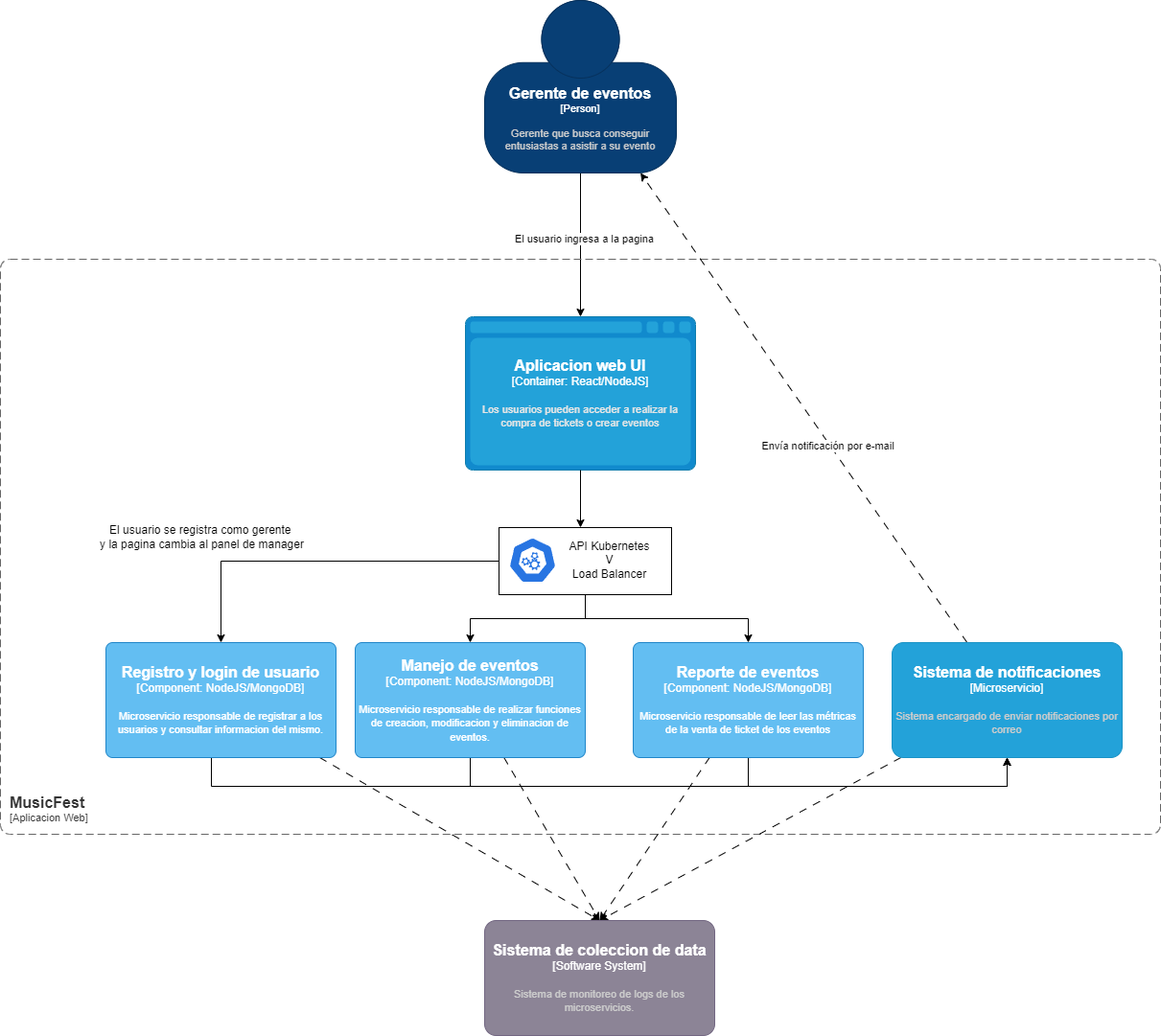
Before: s01-Grupo3-MusicFest/Proyecto/Imagenes/Arquitectura-Diagrama de componente - Panel de managers.drawio.png, a diagram exported from draw.io (ulima-arqui241/grupo03). Source tidied: cells renumbered, new cells last; positions are measured from the earlier drawing's top-left corner, leaving out a move shared by most shapes. The source it was exported from:
```xml
<mxGraphModel>
  <root>
    <mxCell id="0" />
    <mxCell id="1" parent="0" />
    <mxCell id="2" style="edgeStyle=orthogonalEdgeStyle;rounded=0;jettySize=auto;html=1;" parent="1" edge="1" source="4" target="6">
      <mxGeometry relative="1" as="geometry" />
    </mxCell>
    <mxCell id="3" value="El usuario ingresa a la pagina" style="edgeLabel;html=1;align=center;verticalAlign=middle;" parent="2" vertex="1">
      <mxGeometry x="-0.09" y="3" relative="1" as="geometry" />
    </mxCell>
    <object id="4" label="&lt;font style=&quot;font-size: 16px&quot;&gt;&lt;b&gt;%c4Name%&lt;/b&gt;&lt;/font&gt;&lt;div&gt;[%c4Type%]&lt;/div&gt;&lt;br&gt;&lt;div&gt;&lt;font style=&quot;font-size: 11px&quot;&gt;&lt;font color=&quot;#cccccc&quot;&gt;%c4Description%&lt;/font&gt;&lt;/div&gt;" c4Description="Gerente que busca conseguir entusiastas a asistir a su evento" c4Name="Gerente de eventos" c4Type="Person" placeholders="1">
      <mxCell style="html=1;fontSize=11;dashed=0;whiteSpace=wrap;fillColor=#083F75;strokeColor=#06315C;fontColor=#ffffff;shape=mxgraph.c4.person2;align=center;points=[[0.5,0,0],[1,0.5,0],[1,0.75,0],[0.75,1,0],[0.5,1,0],[0.25,1,0],[0,0.75,0],[0,0.5,0]];" parent="1" vertex="1">
        <mxGeometry x="505" width="200" height="180" as="geometry" />
      </mxCell>
    </object>
    <object id="5" label="&lt;font style=&quot;font-size: 16px&quot;&gt;&lt;b&gt;&lt;div style=&quot;text-align: left&quot;&gt;%c4Name%&lt;/div&gt;&lt;/b&gt;&lt;/font&gt;&lt;div style=&quot;text-align: left&quot;&gt;[%c4Application%]&lt;/div&gt;" c4Application="Aplicacion Web" c4Name="MusicFest" c4Type="SystemScopeBoundary" placeholders="1">
      <mxCell style="rounded=1;fontSize=11;whiteSpace=wrap;html=1;dashed=1;arcSize=20;fillColor=none;strokeColor=#666666;fontColor=#333333;labelBackgroundColor=none;align=left;verticalAlign=bottom;labelBorderColor=none;spacingTop=0;spacing=10;dashPattern=8 4;perimeter=rectanglePerimeter;noLabel=0;labelPadding=0;absoluteArcSize=1;" parent="1" vertex="1">
        <mxGeometry y="270" width="1210" height="600" as="geometry" />
      </mxCell>
    </object>
    <object id="6" label="&lt;font style=&quot;font-size: 16px&quot;&gt;&lt;b&gt;%c4Name%&lt;/b&gt;&lt;/font&gt;&lt;div&gt;[%c4Type%:&amp;nbsp;%c4Technology%]&lt;/div&gt;&lt;br&gt;&lt;div&gt;&lt;font style=&quot;font-size: 11px&quot;&gt;&lt;font color=&quot;#E6E6E6&quot;&gt;%c4Description%&lt;/font&gt;&lt;/div&gt;" c4Description="Los usuarios pueden acceder a realizar la compra de tickets o crear eventos" c4Name="Aplicacion web UI" c4Technology="React/NodeJS" c4Type="Container" placeholders="1">
      <mxCell style="shape=mxgraph.c4.webBrowserContainer2;whiteSpace=wrap;html=1;boundedLbl=1;rounded=0;labelBackgroundColor=none;strokeColor=#118ACD;fillColor=#23A2D9;strokeColor=#118ACD;strokeColor2=#0E7DAD;fontSize=12;fontColor=#ffffff;align=center;points=[[0.5,0,0],[1,0.25,0],[1,0.5,0],[1,0.75,0],[0.5,1,0],[0,0.75,0],[0,0.5,0],[0,0.25,0]];" parent="1" vertex="1">
        <mxGeometry x="485" y="330" width="240" height="160" as="geometry" />
      </mxCell>
    </object>
    <mxCell id="7" style="group;" parent="1" vertex="1">
      <mxGeometry x="530" y="560" width="190" height="70" as="geometry" />
    </mxCell>
    <mxCell id="8" style="rounded=0;whiteSpace=wrap;html=1;" parent="7" vertex="1">
      <mxGeometry x="-10" y="-10" width="180" height="70" as="geometry" />
    </mxCell>
    <mxCell id="9" style="sketch=0;html=1;dashed=0;whitespace=wrap;fillColor=#2875E2;strokeColor=#ffffff;shape=mxgraph.kubernetes.icon2;prIcon=api;" parent="7" vertex="1">
      <mxGeometry width="50" height="48" as="geometry" />
    </mxCell>
    <mxCell id="10" value="API Kubernetes&lt;div&gt;V&lt;br&gt;&lt;div&gt;Load Balancer&lt;/div&gt;&lt;/div&gt;" style="text;html=1;align=center;verticalAlign=middle;strokeColor=none;fillColor=none;" parent="7" vertex="1">
      <mxGeometry x="50" y="-6" width="110" height="60" as="geometry" />
    </mxCell>
    <mxCell id="11" style="rounded=0;jettySize=auto;html=1;edgeStyle=orthogonalEdgeStyle;" parent="1" edge="1" source="6" target="8">
      <mxGeometry relative="1" as="geometry">
        <Array as="points">
          <mxPoint x="605" y="560" />
          <mxPoint x="605" y="560" />
        </Array>
      </mxGeometry>
    </mxCell>
    <mxCell id="12" style="rounded=0;jettySize=auto;html=1;dashed=1;dashPattern=8 8;entryX=0.5;entryY=0;entryDx=0;entryDy=0;entryPerimeter=0;" parent="1" edge="1" source="29" target="27">
      <mxGeometry relative="1" as="geometry" />
    </mxCell>
    <mxCell id="13" style="edgeStyle=orthogonalEdgeStyle;rounded=0;jettySize=auto;html=1;" parent="1" edge="1" source="29" target="26">
      <mxGeometry relative="1" as="geometry">
        <Array as="points">
          <mxPoint x="220" y="820" />
          <mxPoint x="1050" y="820" />
        </Array>
      </mxGeometry>
    </mxCell>
    <mxCell id="14" style="edgeStyle=orthogonalEdgeStyle;rounded=0;jettySize=auto;html=1;" parent="1" edge="1" source="8" target="29">
      <mxGeometry relative="1" as="geometry" />
    </mxCell>
    <mxCell id="15" style="rounded=0;jettySize=auto;html=1;dashed=1;dashPattern=8 8;entryX=0.5;entryY=0;entryDx=0;entryDy=0;entryPerimeter=0;" parent="1" edge="1" source="17" target="27">
      <mxGeometry relative="1" as="geometry" />
    </mxCell>
    <mxCell id="16" style="edgeStyle=orthogonalEdgeStyle;rounded=0;jettySize=auto;html=1;" parent="1" edge="1" source="17" target="26">
      <mxGeometry relative="1" as="geometry">
        <Array as="points">
          <mxPoint x="490" y="820" />
          <mxPoint x="1050" y="820" />
        </Array>
      </mxGeometry>
    </mxCell>
    <object id="17" label="&lt;font style=&quot;font-size: 16px&quot;&gt;&lt;b&gt;%c4Name%&lt;/b&gt;&lt;/font&gt;&lt;div&gt;[%c4Type%: %c4Technology%]&lt;/div&gt;&lt;br&gt;&lt;div&gt;&lt;font style=&quot;font-size: 11px&quot;&gt;%c4Description%&lt;/font&gt;&lt;/div&gt;" c4Description="Microservicio responsable de realizar funciones de creacion, modificacion y eliminacion de eventos." c4Name="Manejo de eventos" c4Technology="NodeJS/MongoDB" c4Type="Component" placeholders="1">
      <mxCell style="rounded=1;whiteSpace=wrap;html=1;labelBackgroundColor=none;fillColor=#63BEF2;fontColor=#ffffff;align=center;arcSize=6;strokeColor=#2086C9;points=[[0.25,0,0],[0.5,0,0],[0.75,0,0],[1,0.25,0],[1,0.5,0],[1,0.75,0],[0.75,1,0],[0.5,1,0],[0.25,1,0],[0,0.75,0],[0,0.5,0],[0,0.25,0]];" parent="1" vertex="1">
        <mxGeometry x="370" y="670" width="240" height="120" as="geometry" />
      </mxCell>
    </object>
    <mxCell id="18" style="edgeStyle=orthogonalEdgeStyle;rounded=0;jettySize=auto;html=1;" parent="1" edge="1" source="8" target="17">
      <mxGeometry relative="1" as="geometry" />
    </mxCell>
    <mxCell id="19" style="rounded=0;jettySize=auto;html=1;dashed=1;dashPattern=8 8;entryX=0.5;entryY=0;entryDx=0;entryDy=0;entryPerimeter=0;" parent="1" edge="1" source="21" target="27">
      <mxGeometry relative="1" as="geometry" />
    </mxCell>
    <mxCell id="20" style="edgeStyle=orthogonalEdgeStyle;rounded=0;jettySize=auto;html=1;" parent="1" edge="1" source="21" target="26">
      <mxGeometry relative="1" as="geometry">
        <Array as="points">
          <mxPoint x="780" y="820" />
          <mxPoint x="1050" y="820" />
        </Array>
      </mxGeometry>
    </mxCell>
    <object id="21" label="&lt;font style=&quot;font-size: 16px&quot;&gt;&lt;b&gt;%c4Name%&lt;/b&gt;&lt;/font&gt;&lt;div&gt;[%c4Type%: %c4Technology%]&lt;/div&gt;&lt;br&gt;&lt;div&gt;&lt;font style=&quot;font-size: 11px&quot;&gt;%c4Description%&lt;/font&gt;&lt;/div&gt;" c4Description="Microservicio responsable de leer las métricas de la venta de ticket de los eventos" c4Name="Reporte de eventos" c4Technology="NodeJS/MongoDB" c4Type="Component" placeholders="1">
      <mxCell style="rounded=1;whiteSpace=wrap;html=1;labelBackgroundColor=none;fillColor=#63BEF2;fontColor=#ffffff;align=center;arcSize=6;strokeColor=#2086C9;points=[[0.25,0,0],[0.5,0,0],[0.75,0,0],[1,0.25,0],[1,0.5,0],[1,0.75,0],[0.75,1,0],[0.5,1,0],[0.25,1,0],[0,0.75,0],[0,0.5,0],[0,0.25,0]];" parent="1" vertex="1">
        <mxGeometry x="660" y="670" width="240" height="120" as="geometry" />
      </mxCell>
    </object>
    <mxCell id="22" style="edgeStyle=orthogonalEdgeStyle;rounded=0;jettySize=auto;html=1;" parent="1" edge="1" source="8" target="21">
      <mxGeometry relative="1" as="geometry" />
    </mxCell>
    <mxCell id="23" style="rounded=0;jettySize=auto;html=1;dashed=1;dashPattern=8 8;" parent="1" edge="1" source="26" target="4">
      <mxGeometry relative="1" as="geometry" />
    </mxCell>
    <mxCell id="24" value="Envía notificación por e-mail" style="edgeLabel;html=1;align=center;verticalAlign=middle;" parent="23" vertex="1">
      <mxGeometry x="-0.16" y="2" relative="1" as="geometry" />
    </mxCell>
    <mxCell id="25" style="rounded=0;jettySize=auto;html=1;dashed=1;dashPattern=8 8;entryX=0.5;entryY=0;entryDx=0;entryDy=0;entryPerimeter=0;" parent="1" edge="1" source="26" target="27">
      <mxGeometry relative="1" as="geometry" />
    </mxCell>
    <object id="26" label="&lt;font style=&quot;font-size: 16px&quot;&gt;&lt;b&gt;%c4Name%&lt;/b&gt;&lt;/font&gt;&lt;div&gt;[%c4Type%]&lt;/div&gt;&lt;br&gt;&lt;div&gt;&lt;font style=&quot;font-size: 11px&quot;&gt;&lt;font color=&quot;#cccccc&quot;&gt;%c4Description%&lt;/font&gt;&lt;/div&gt;" c4Description="Sistema encargado de enviar notificaciones por correo" c4Name="Sistema de notificaciones" c4Type="Microservicio" placeholders="1">
      <mxCell style="rounded=1;whiteSpace=wrap;html=1;labelBackgroundColor=none;fillColor=#23a2d9;fontColor=#ffffff;align=center;arcSize=10;strokeColor=#1a93c6;points=[[0.25,0,0],[0.5,0,0],[0.75,0,0],[1,0.25,0],[1,0.5,0],[1,0.75,0],[0.75,1,0],[0.5,1,0],[0.25,1,0],[0,0.75,0],[0,0.5,0],[0,0.25,0]];" parent="1" vertex="1">
        <mxGeometry x="930" y="670" width="240" height="120" as="geometry" />
      </mxCell>
    </object>
    <object id="27" label="&lt;font style=&quot;font-size: 16px&quot;&gt;&lt;b&gt;%c4Name%&lt;/b&gt;&lt;/font&gt;&lt;div&gt;[%c4Type%]&lt;/div&gt;&lt;br&gt;&lt;div&gt;&lt;font style=&quot;font-size: 11px&quot;&gt;&lt;font color=&quot;#cccccc&quot;&gt;%c4Description%&lt;/font&gt;&lt;/div&gt;" c4Description="Sistema de monitoreo de logs de los microservicios." c4Name="Sistema de coleccion de data" c4Type="Software System" placeholders="1">
      <mxCell style="rounded=1;whiteSpace=wrap;html=1;labelBackgroundColor=none;fillColor=#8C8496;fontColor=#ffffff;align=center;arcSize=10;strokeColor=#736782;points=[[0.25,0,0],[0.5,0,0],[0.75,0,0],[1,0.25,0],[1,0.5,0],[1,0.75,0],[0.75,1,0],[0.5,1,0],[0.25,1,0],[0,0.75,0],[0,0.5,0],[0,0.25,0]];" parent="1" vertex="1">
        <mxGeometry x="505" y="960" width="240" height="120" as="geometry" />
      </mxCell>
    </object>
    <mxCell id="28" value="El usuario se registra como gerente&amp;nbsp;&lt;div&gt;y la pagina cambia al panel de manager&lt;/div&gt;" style="text;html=1;align=center;verticalAlign=middle;strokeColor=none;fillColor=none;" parent="1" vertex="1">
      <mxGeometry x="90" y="540" width="240" height="40" as="geometry" />
    </mxCell>
    <object id="29" label="&lt;font style=&quot;font-size: 16px&quot;&gt;&lt;b&gt;%c4Name%&lt;/b&gt;&lt;/font&gt;&lt;div&gt;[%c4Type%: %c4Technology%]&lt;/div&gt;&lt;br&gt;&lt;div&gt;&lt;font style=&quot;font-size: 11px&quot;&gt;%c4Description%&lt;/font&gt;&lt;/div&gt;" c4Description="Microservicio responsable de registrar a los usuarios y consultar informacion del mismo." c4Name="Registro y login de usuario" c4Technology="NodeJS/MongoDB" c4Type="Component" placeholders="1">
      <mxCell style="rounded=1;whiteSpace=wrap;html=1;labelBackgroundColor=none;fillColor=#63BEF2;fontColor=#ffffff;align=center;arcSize=6;strokeColor=#2086C9;points=[[0.25,0,0],[0.5,0,0],[0.75,0,0],[1,0.25,0],[1,0.5,0],[1,0.75,0],[0.75,1,0],[0.5,1,0],[0.25,1,0],[0,0.75,0],[0,0.5,0],[0,0.25,0]];" parent="1" vertex="1">
        <mxGeometry x="110" y="670" width="240" height="120" as="geometry" />
      </mxCell>
    </object>
  </root>
</mxGraphModel>
```
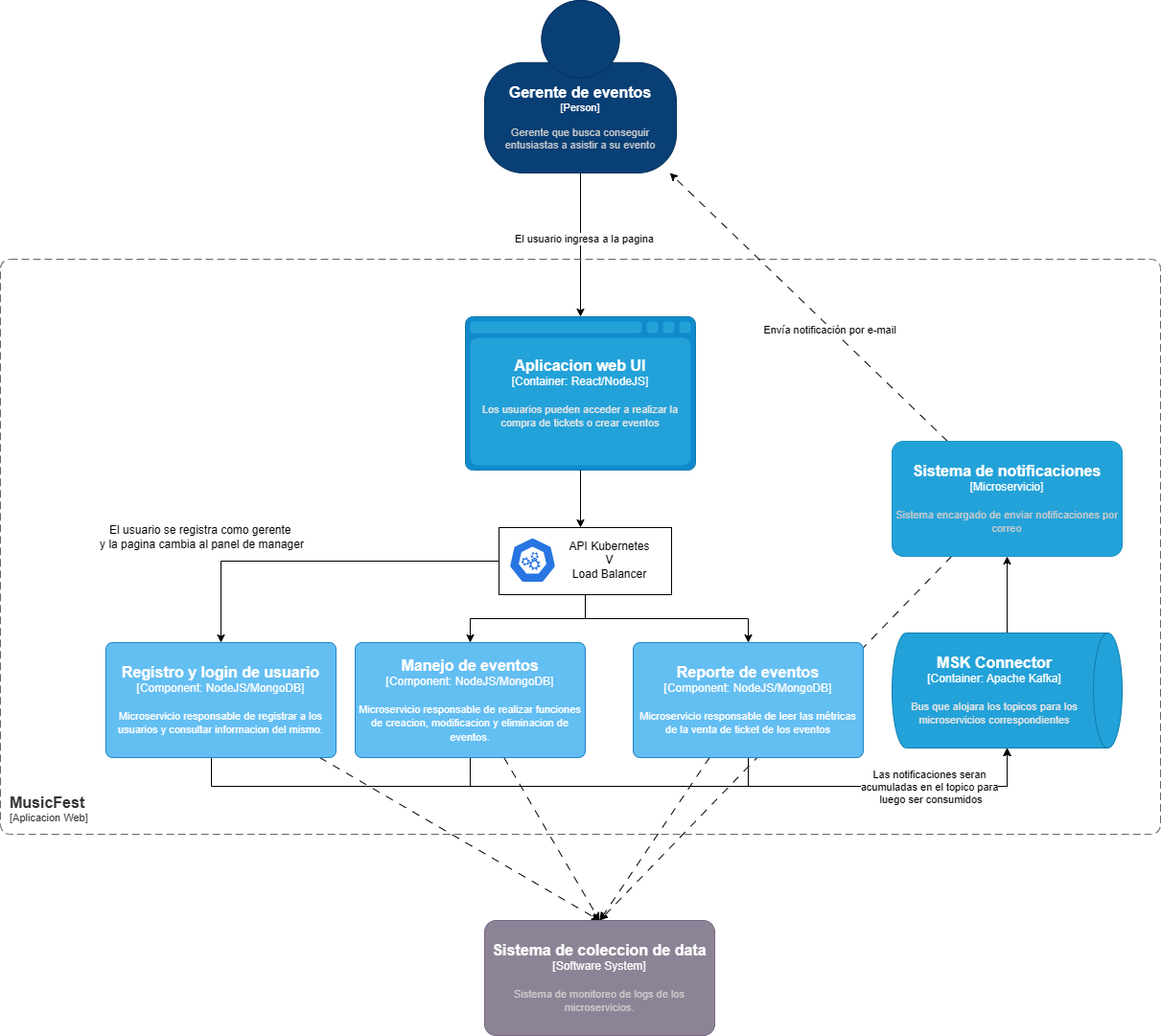
After the change.

Commit message:
Separacion de documentos y explicacion de la arquitectura.

Change to the diagram source:
```diff
@@ -2,6 +2,9 @@
   <root>
     <mxCell id="0" />
     <mxCell id="1" parent="0" />
+    <mxCell id="25" style="rounded=0;jettySize=auto;html=1;dashed=1;dashPattern=8 8;entryX=0.5;entryY=0;entryDx=0;entryDy=0;entryPerimeter=0;" parent="1" edge="1" source="26" target="27">
+      <mxGeometry relative="1" as="geometry" />
+    </mxCell>
     <mxCell id="2" style="edgeStyle=orthogonalEdgeStyle;rounded=0;jettySize=auto;html=1;" parent="1" edge="1" source="4" target="6">
       <mxGeometry relative="1" as="geometry" />
     </mxCell>
@@ -46,11 +49,12 @@
     <mxCell id="12" style="rounded=0;jettySize=auto;html=1;dashed=1;dashPattern=8 8;entryX=0.5;entryY=0;entryDx=0;entryDy=0;entryPerimeter=0;" parent="1" edge="1" source="29" target="27">
       <mxGeometry relative="1" as="geometry" />
     </mxCell>
-    <mxCell id="13" style="edgeStyle=orthogonalEdgeStyle;rounded=0;jettySize=auto;html=1;" parent="1" edge="1" source="29" target="26">
+    <mxCell id="13" style="edgeStyle=orthogonalEdgeStyle;rounded=0;jettySize=auto;html=1;" parent="1" edge="1" source="29" target="32">
       <mxGeometry relative="1" as="geometry">
         <Array as="points">
           <mxPoint x="220" y="820" />
           <mxPoint x="1050" y="820" />
+          <mxPoint x="1050" y="700" />
         </Array>
       </mxGeometry>
     </mxCell>
@@ -60,11 +64,12 @@
     <mxCell id="15" style="rounded=0;jettySize=auto;html=1;dashed=1;dashPattern=8 8;entryX=0.5;entryY=0;entryDx=0;entryDy=0;entryPerimeter=0;" parent="1" edge="1" source="17" target="27">
       <mxGeometry relative="1" as="geometry" />
     </mxCell>
-    <mxCell id="16" style="edgeStyle=orthogonalEdgeStyle;rounded=0;jettySize=auto;html=1;" parent="1" edge="1" source="17" target="26">
+    <mxCell id="16" style="edgeStyle=orthogonalEdgeStyle;rounded=0;jettySize=auto;html=1;" parent="1" edge="1" source="17" target="32">
       <mxGeometry relative="1" as="geometry">
         <Array as="points">
           <mxPoint x="490" y="820" />
           <mxPoint x="1050" y="820" />
+          <mxPoint x="1050" y="700" />
         </Array>
       </mxGeometry>
     </mxCell>
@@ -79,14 +84,18 @@
     <mxCell id="19" style="rounded=0;jettySize=auto;html=1;dashed=1;dashPattern=8 8;entryX=0.5;entryY=0;entryDx=0;entryDy=0;entryPerimeter=0;" parent="1" edge="1" source="21" target="27">
       <mxGeometry relative="1" as="geometry" />
     </mxCell>
-    <mxCell id="20" style="edgeStyle=orthogonalEdgeStyle;rounded=0;jettySize=auto;html=1;" parent="1" edge="1" source="21" target="26">
+    <mxCell id="20" style="edgeStyle=orthogonalEdgeStyle;rounded=0;jettySize=auto;html=1;" parent="1" edge="1" source="21" target="32">
       <mxGeometry relative="1" as="geometry">
         <Array as="points">
           <mxPoint x="780" y="820" />
           <mxPoint x="1050" y="820" />
+          <mxPoint x="1050" y="710" />
         </Array>
       </mxGeometry>
     </mxCell>
+    <mxCell id="30" value="Las notificaciones seran&lt;div&gt;acumuladas en el topico para&lt;/div&gt;&lt;div&gt;&amp;nbsp;luego ser consumidos&lt;/div&gt;" style="edgeLabel;html=1;align=center;verticalAlign=middle;" parent="20" vertex="1">
+      <mxGeometry x="0.29" relative="1" as="geometry" />
+    </mxCell>
     <object id="21" label="&lt;font style=&quot;font-size: 16px&quot;&gt;&lt;b&gt;%c4Name%&lt;/b&gt;&lt;/font&gt;&lt;div&gt;[%c4Type%: %c4Technology%]&lt;/div&gt;&lt;br&gt;&lt;div&gt;&lt;font style=&quot;font-size: 11px&quot;&gt;%c4Description%&lt;/font&gt;&lt;/div&gt;" c4Description="Microservicio responsable de leer las métricas de la venta de ticket de los eventos" c4Name="Reporte de eventos" c4Technology="NodeJS/MongoDB" c4Type="Component" placeholders="1">
       <mxCell style="rounded=1;whiteSpace=wrap;html=1;labelBackgroundColor=none;fillColor=#63BEF2;fontColor=#ffffff;align=center;arcSize=6;strokeColor=#2086C9;points=[[0.25,0,0],[0.5,0,0],[0.75,0,0],[1,0.25,0],[1,0.5,0],[1,0.75,0],[0.75,1,0],[0.5,1,0],[0.25,1,0],[0,0.75,0],[0,0.5,0],[0,0.25,0]];" parent="1" vertex="1">
         <mxGeometry x="660" y="670" width="240" height="120" as="geometry" />
@@ -101,12 +110,9 @@
     <mxCell id="24" value="Envía notificación por e-mail" style="edgeLabel;html=1;align=center;verticalAlign=middle;" parent="23" vertex="1">
       <mxGeometry x="-0.16" y="2" relative="1" as="geometry" />
     </mxCell>
-    <mxCell id="25" style="rounded=0;jettySize=auto;html=1;dashed=1;dashPattern=8 8;entryX=0.5;entryY=0;entryDx=0;entryDy=0;entryPerimeter=0;" parent="1" edge="1" source="26" target="27">
-      <mxGeometry relative="1" as="geometry" />
-    </mxCell>
     <object id="26" label="&lt;font style=&quot;font-size: 16px&quot;&gt;&lt;b&gt;%c4Name%&lt;/b&gt;&lt;/font&gt;&lt;div&gt;[%c4Type%]&lt;/div&gt;&lt;br&gt;&lt;div&gt;&lt;font style=&quot;font-size: 11px&quot;&gt;&lt;font color=&quot;#cccccc&quot;&gt;%c4Description%&lt;/font&gt;&lt;/div&gt;" c4Description="Sistema encargado de enviar notificaciones por correo" c4Name="Sistema de notificaciones" c4Type="Microservicio" placeholders="1">
       <mxCell style="rounded=1;whiteSpace=wrap;html=1;labelBackgroundColor=none;fillColor=#23a2d9;fontColor=#ffffff;align=center;arcSize=10;strokeColor=#1a93c6;points=[[0.25,0,0],[0.5,0,0],[0.75,0,0],[1,0.25,0],[1,0.5,0],[1,0.75,0],[0.75,1,0],[0.5,1,0],[0.25,1,0],[0,0.75,0],[0,0.5,0],[0,0.25,0]];" parent="1" vertex="1">
-        <mxGeometry x="930" y="670" width="240" height="120" as="geometry" />
+        <mxGeometry x="930" y="460" width="240" height="120" as="geometry" />
       </mxCell>
     </object>
     <object id="27" label="&lt;font style=&quot;font-size: 16px&quot;&gt;&lt;b&gt;%c4Name%&lt;/b&gt;&lt;/font&gt;&lt;div&gt;[%c4Type%]&lt;/div&gt;&lt;br&gt;&lt;div&gt;&lt;font style=&quot;font-size: 11px&quot;&gt;&lt;font color=&quot;#cccccc&quot;&gt;%c4Description%&lt;/font&gt;&lt;/div&gt;" c4Description="Sistema de monitoreo de logs de los microservicios." c4Name="Sistema de coleccion de data" c4Type="Software System" placeholders="1">
@@ -122,5 +128,13 @@
         <mxGeometry x="110" y="670" width="240" height="120" as="geometry" />
       </mxCell>
     </object>
+    <mxCell id="31" style="edgeStyle=orthogonalEdgeStyle;rounded=0;jettySize=auto;html=1;" parent="1" edge="1" source="32" target="26">
+      <mxGeometry relative="1" as="geometry" />
+    </mxCell>
+    <object id="32" label="&lt;font style=&quot;font-size: 16px&quot;&gt;&lt;b&gt;%c4Name%&lt;/b&gt;&lt;/font&gt;&lt;div&gt;[%c4Type%:&amp;nbsp;%c4Technology%]&lt;/div&gt;&lt;br&gt;&lt;div&gt;&lt;font style=&quot;font-size: 11px&quot;&gt;&lt;font color=&quot;#E6E6E6&quot;&gt;%c4Description%&lt;/font&gt;&lt;/div&gt;" c4Description="Bus que alojara los topicos para los microservicios correspondientes" c4Name="MSK Connector" c4Technology="Apache Kafka" c4Type="Container" placeholders="1">
+      <mxCell style="shape=cylinder3;size=15;direction=south;whiteSpace=wrap;html=1;boundedLbl=1;rounded=0;labelBackgroundColor=none;fillColor=#23A2D9;fontSize=12;fontColor=#ffffff;align=center;strokeColor=#0E7DAD;points=[[0.5,0,0],[1,0.25,0],[1,0.5,0],[1,0.75,0],[0.5,1,0],[0,0.75,0],[0,0.5,0],[0,0.25,0]];" parent="1" vertex="1">
+        <mxGeometry x="930" y="660" width="240" height="120" as="geometry" />
+      </mxCell>
+    </object>
   </root>
 </mxGraphModel>
```
